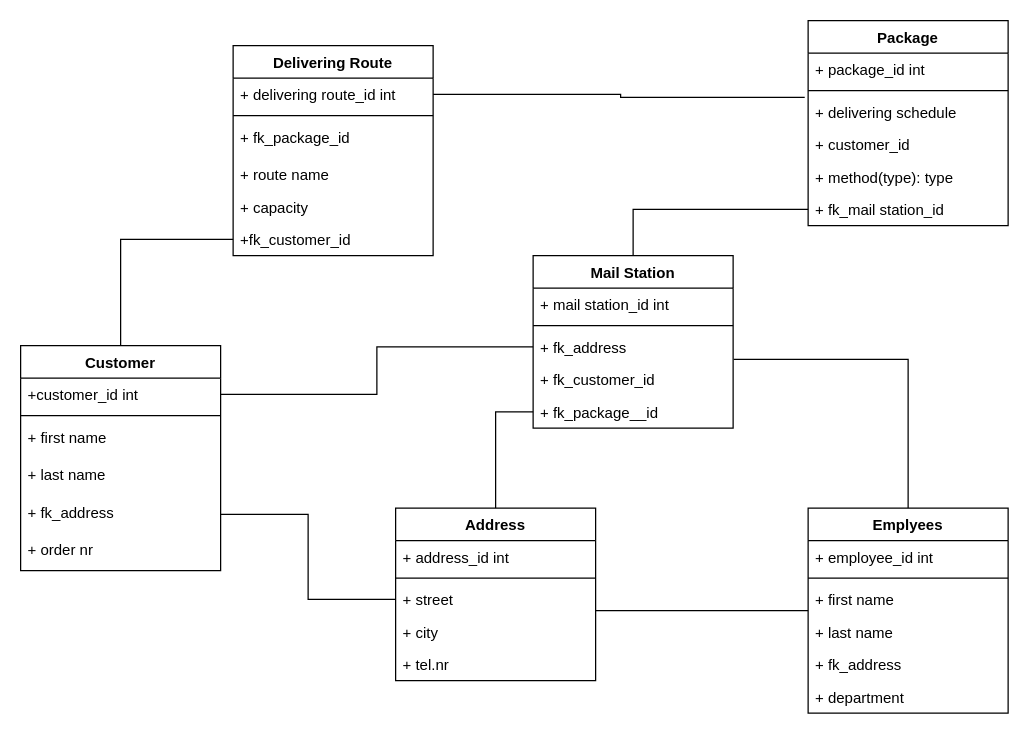
The draw.io diagram Normalization Diagram.drawio in RobertCas84/CF-RobertCastillo-CR-09, before the edit. Source tidied: cells renumbered, new cells numbered last; positions are measured from the earlier drawing's top-left corner, leaving out a move shared by most shapes. Both pictures are drawn from the tidied source at 125%, with x=0, y=0 at pixel (20, 20).
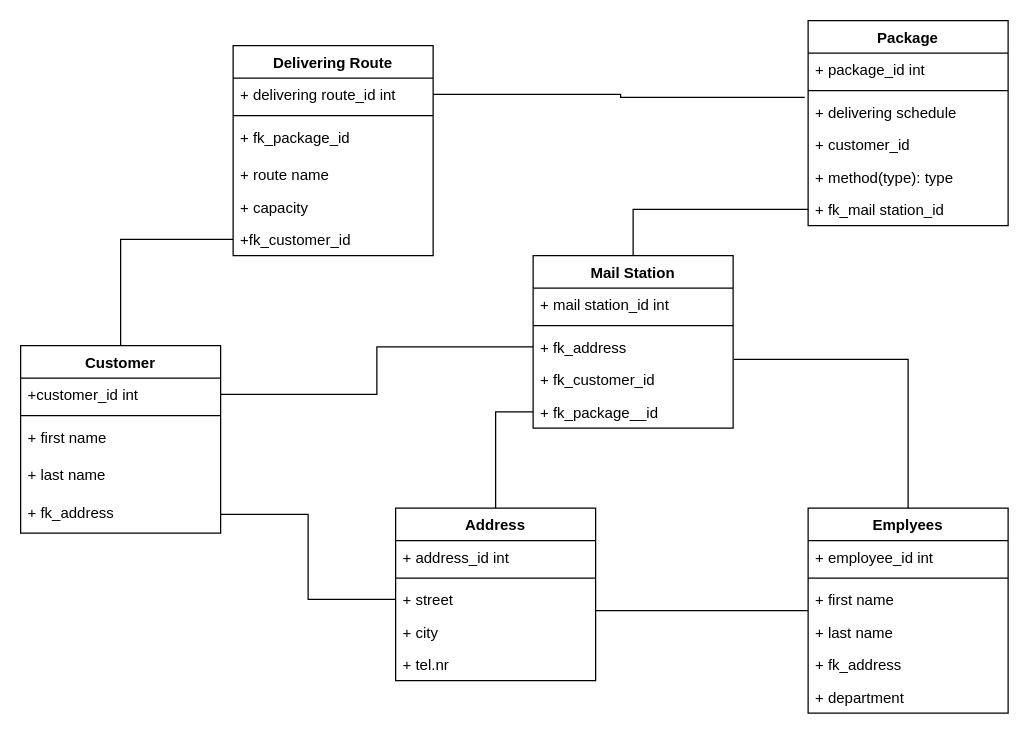
The same page after the edit.

What changed in the source:
```diff
@@
     <mxCell id="26" value="Customer" style="swimlane;fontStyle=1;align=center;verticalAlign=top;horizontal=1;startSize=26;" parent="1" vertex="1">
-      <mxGeometry y="260" width="160" height="180" as="geometry" />
+      <mxGeometry y="260" width="160" height="150" as="geometry" />
     </mxCell>
@@
-    <mxCell id="32" value="+ order nr" style="text;strokeColor=none;fillColor=none;align=left;verticalAlign=top;spacingLeft=4;spacingRight=4;overflow=hidden;" parent="26" vertex="1">
-      <mxGeometry y="150" width="160" height="30" as="geometry" />
-    </mxCell>
```
